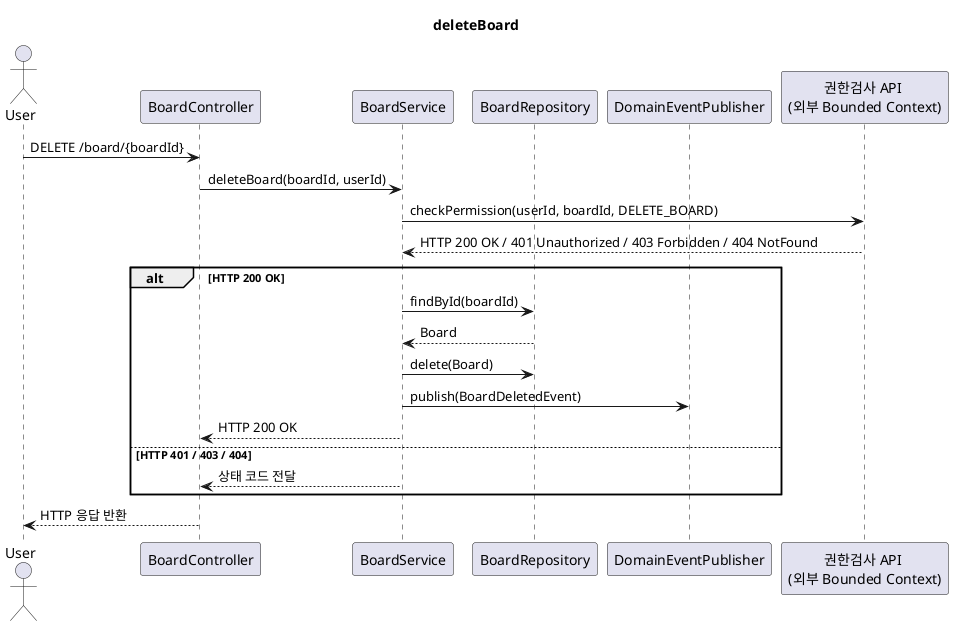
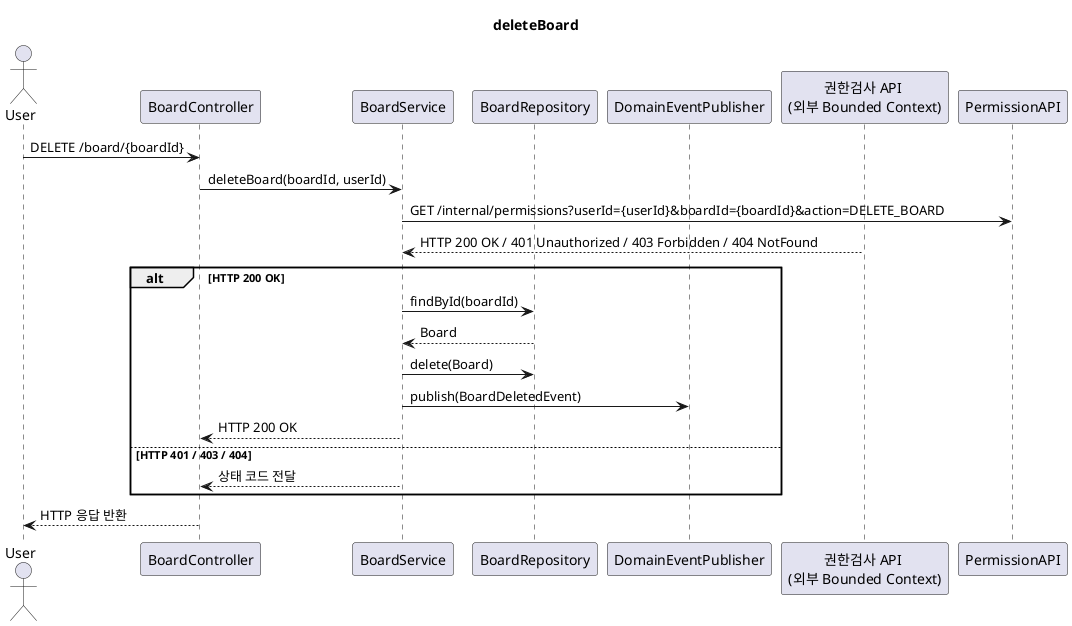
@startuml
title deleteBoard

actor User
participant BoardController
participant BoardService
participant BoardRepository
participant DomainEventPublisher

participant PermissionContextAPI as "권한검사 API \n(외부 Bounded Context)"

User -> BoardController : DELETE /board/{boardId}
BoardController -> BoardService : deleteBoard(boardId, userId)

- BoardService -> PermissionContextAPI : checkPermission(userId, boardId, DELETE_BOARD)
+ BoardService -> PermissionAPI : GET /internal/permissions?userId={userId}&boardId={boardId}&action=DELETE_BOARD
PermissionContextAPI --> BoardService : HTTP 200 OK / 401 Unauthorized / 403 Forbidden / 404 NotFound

alt HTTP 200 OK
    BoardService -> BoardRepository : findById(boardId)
    BoardRepository --> BoardService : Board

    BoardService -> BoardRepository : delete(Board)
    BoardService -> DomainEventPublisher : publish(BoardDeletedEvent)

    BoardService --> BoardController : HTTP 200 OK
else HTTP 401 / 403 / 404
    BoardService --> BoardController : 상태 코드 전달
end

BoardController --> User : HTTP 응답 반환
@enduml